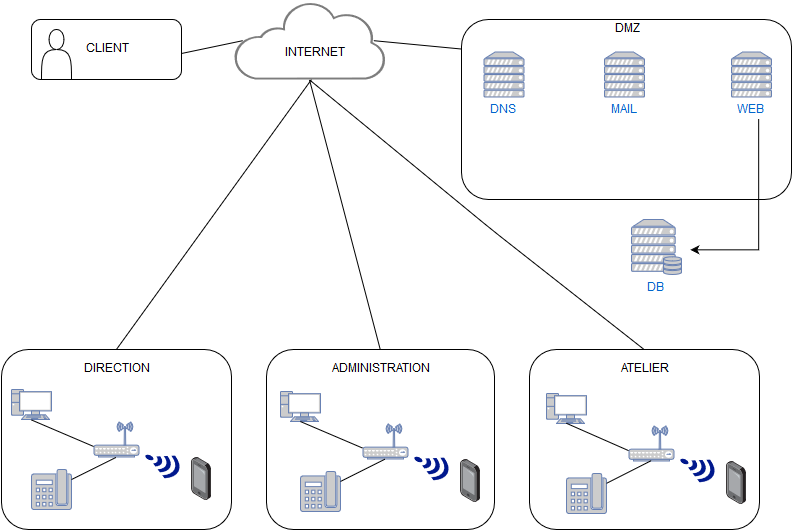
This is wiki/schéma logique.png from melvinmajor/VPS-project, a draw.io export, as it was before one commit. Source tidied: cells renumbered, new cells last; positions are measured from the earlier drawing's top-left corner, leaving out a move shared by most shapes.
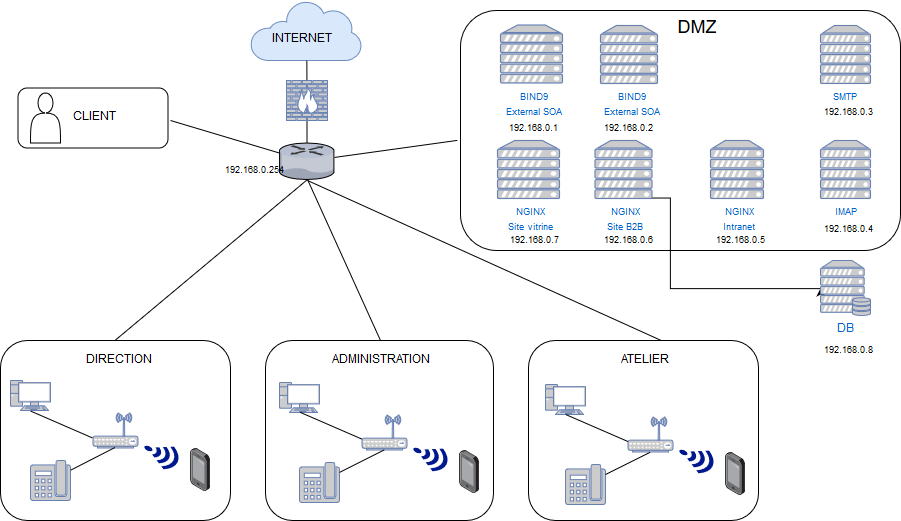
After the commit.

Commit message:
Update network schematics

What changed in the source:
```diff
@@ -2,29 +2,33 @@
   <root>
     <mxCell id="0" />
     <mxCell id="1" parent="0" />
+    <mxCell id="45" style="endArrow=none;html=1;exitX=0.574;exitY=0;exitDx=0;exitDy=0;exitPerimeter=0;" parent="1" edge="1" source="10">
+      <mxGeometry relative="1" as="geometry">
+        <mxPoint x="307" y="188" as="targetPoint" />
+      </mxGeometry>
+    </mxCell>
+    <mxCell id="46" style="endArrow=none;html=1;exitX=0.507;exitY=0.008;exitDx=0;exitDy=0;exitPerimeter=0;" parent="1" edge="1" source="9">
+      <mxGeometry relative="1" as="geometry">
+        <mxPoint x="307" y="187" as="targetPoint" />
+      </mxGeometry>
+    </mxCell>
+    <mxCell id="47" style="shadow=0;dashed=0;html=1;strokeColor=#6c8ebf;labelPosition=center;verticalLabelPosition=bottom;verticalAlign=top;align=center;shape=mxgraph.mscae.enterprise.internet;fillColor=#dae8fc;" parent="1" vertex="1">
+      <mxGeometry x="250" y="8" width="111" height="60" as="geometry" />
+    </mxCell>
     <mxCell id="2" value="CLIENT" style="rounded=1;whiteSpace=wrap;html=1;" parent="1" vertex="1">
-      <mxGeometry x="30" y="18" width="150" height="60" as="geometry" />
+      <mxGeometry x="17.5" y="95.5" width="150" height="60" as="geometry" />
     </mxCell>
-    <mxCell id="3" style="endArrow=none;html=1;entryX=0.06;entryY=0.5;entryDx=0;entryDy=0;entryPerimeter=0;" parent="1" edge="1" target="43">
-      <mxGeometry relative="1" as="geometry">
-        <mxPoint x="180" y="52" as="sourcePoint" />
-      </mxGeometry>
-    </mxCell>
     <mxCell id="4" style="rounded=1;whiteSpace=wrap;html=1;" parent="1" vertex="1">
-      <mxGeometry x="460" y="18" width="330" height="180" as="geometry" />
+      <mxGeometry x="460" y="18" width="440" height="240" as="geometry" />
     </mxCell>
-    <mxCell id="5" style="endArrow=none;html=1;exitX=0.92;exitY=0.5;exitDx=0;exitDy=0;exitPerimeter=0;entryX=0;entryY=0.166;entryDx=0;entryDy=0;entryPerimeter=0;" parent="1" edge="1" source="43" target="4">
-      <mxGeometry relative="1" as="geometry" />
-    </mxCell>
-    <mxCell id="6" value="DMZ" style="text;html=1;strokeColor=none;fillColor=none;align=center;verticalAlign=middle;whiteSpace=wrap;rounded=0;" parent="1" vertex="1">
-      <mxGeometry x="605" y="18" width="40" height="20" as="geometry" />
+    <mxCell id="6" value="&lt;font style=&quot;font-size: 18px&quot;&gt;DMZ&lt;/font&gt;" style="text;html=1;strokeColor=none;fillColor=none;align=center;verticalAlign=middle;whiteSpace=wrap;rounded=0;" parent="1" vertex="1">
+      <mxGeometry x="639.5" y="20.5" width="115" height="30" as="geometry" />
     </mxCell>
-    <mxCell id="7" style="edgeStyle=orthogonalEdgeStyle;rounded=0;orthogonalLoop=1;jettySize=auto;html=1;exitX=1;exitY=0.5;exitDx=0;exitDy=0;" parent="1" edge="1">
+    <mxCell id="7" style="edgeStyle=orthogonalEdgeStyle;rounded=0;jettySize=auto;html=1;exitX=0.5;exitY=1;exitDx=0;exitDy=0;exitPerimeter=0;entryX=0;entryY=0.5;entryDx=0;entryDy=0;entryPerimeter=0;" parent="1" edge="1" source="57" target="23">
       <mxGeometry relative="1" as="geometry">
-        <mxPoint x="757" y="117.2" as="sourcePoint" />
-        <mxPoint x="689" y="248.1" as="targetPoint" />
         <Array as="points">
-          <mxPoint x="757" y="248" />
+          <mxPoint x="670" y="206" />
+          <mxPoint x="670" y="296" />
         </Array>
       </mxGeometry>
     </mxCell>
@@ -37,21 +41,6 @@
     <mxCell id="10" style="rounded=1;whiteSpace=wrap;html=1;" parent="1" vertex="1">
       <mxGeometry x="528" y="348" width="230" height="180" as="geometry" />
     </mxCell>
-    <mxCell id="11" style="endArrow=none;html=1;exitX=0.5;exitY=0;exitDx=0;exitDy=0;" parent="1" edge="1" source="8">
-      <mxGeometry relative="1" as="geometry">
-        <mxPoint x="310" y="78" as="targetPoint" />
-      </mxGeometry>
-    </mxCell>
-    <mxCell id="12" style="endArrow=none;html=1;entryX=0.5;entryY=1;entryDx=0;entryDy=0;entryPerimeter=0;exitX=0.5;exitY=0;exitDx=0;exitDy=0;" parent="1" edge="1" source="9" target="43">
-      <mxGeometry relative="1" as="geometry" />
-    </mxCell>
-    <mxCell id="13" style="endArrow=none;html=1;entryX=0.5;entryY=1;entryDx=0;entryDy=0;entryPerimeter=0;exitX=0.5;exitY=0;exitDx=0;exitDy=0;" parent="1" edge="1" source="10" target="43">
-      <mxGeometry relative="1" as="geometry">
-        <Array as="points">
-          <mxPoint x="490" y="228" />
-        </Array>
-      </mxGeometry>
-    </mxCell>
     <mxCell id="14" value="DIRECTION" style="text;html=1;strokeColor=none;fillColor=none;align=center;verticalAlign=middle;whiteSpace=wrap;rounded=0;" parent="1" vertex="1">
       <mxGeometry x="95" y="358" width="40" height="20" as="geometry" />
     </mxCell>
@@ -62,7 +51,7 @@
       <mxGeometry x="623" y="358" width="40" height="20" as="geometry" />
     </mxCell>
     <mxCell id="17" style="shape=actor;whiteSpace=wrap;html=1;" parent="1" vertex="1">
-      <mxGeometry x="40" y="28" width="30" height="50" as="geometry" />
+      <mxGeometry x="30" y="100.5" width="30" height="50" as="geometry" />
     </mxCell>
     <mxCell id="18" style="fontColor=#0066CC;verticalAlign=top;verticalLabelPosition=bottom;labelPosition=center;align=center;html=1;outlineConnect=0;fillColor=#CCCCCC;strokeColor=#6881B3;gradientColor=none;gradientDirection=north;strokeWidth=2;shape=mxgraph.networks.pc;" parent="1" vertex="1">
       <mxGeometry x="10" y="388" width="40" height="30" as="geometry" />
@@ -70,17 +59,11 @@
     <mxCell id="19" style="fontColor=#0066CC;verticalAlign=top;verticalLabelPosition=bottom;labelPosition=center;align=center;html=1;outlineConnect=0;fillColor=#CCCCCC;strokeColor=#6881B3;gradientColor=none;gradientDirection=north;strokeWidth=2;shape=mxgraph.networks.phone_2;" parent="1" vertex="1">
       <mxGeometry x="30" y="468" width="40" height="40" as="geometry" />
     </mxCell>
-    <mxCell id="20" value="DNS" style="fontColor=#0066CC;verticalAlign=top;verticalLabelPosition=bottom;labelPosition=center;align=center;html=1;fillColor=#CCCCCC;strokeColor=#6881B3;gradientColor=none;gradientDirection=north;strokeWidth=2;shape=mxgraph.networks.server;" parent="1" vertex="1">
-      <mxGeometry x="482.5" y="50.5" width="40" height="45" as="geometry" />
+    <mxCell id="20" value="&lt;div&gt;&lt;font style=&quot;font-size: 9px&quot;&gt;BIND9&lt;/font&gt;&lt;/div&gt;&lt;div&gt;&lt;font style=&quot;font-size: 9px&quot;&gt;External SOA&lt;br&gt;&lt;/font&gt;&lt;/div&gt;&lt;div&gt;&lt;br&gt;&lt;/div&gt;&lt;div&gt;&lt;br&gt;&lt;/div&gt;" style="fontColor=#0066CC;verticalAlign=top;verticalLabelPosition=bottom;labelPosition=center;align=center;html=1;fillColor=#CCCCCC;strokeColor=#6881B3;gradientColor=none;gradientDirection=north;strokeWidth=2;shape=mxgraph.networks.server;" parent="1" vertex="1">
+      <mxGeometry x="500" y="32.5" width="62" height="58" as="geometry" />
     </mxCell>
-    <mxCell id="21" value="MAIL" style="fontColor=#0066CC;verticalAlign=top;verticalLabelPosition=bottom;labelPosition=center;align=center;html=1;fillColor=#CCCCCC;strokeColor=#6881B3;gradientColor=none;gradientDirection=north;strokeWidth=2;shape=mxgraph.networks.server;" parent="1" vertex="1">
-      <mxGeometry x="603" y="50.5" width="40" height="45" as="geometry" />
-    </mxCell>
-    <mxCell id="22" value="WEB" style="fontColor=#0066CC;verticalAlign=top;verticalLabelPosition=bottom;labelPosition=center;align=center;html=1;fillColor=#CCCCCC;strokeColor=#6881B3;gradientColor=none;gradientDirection=north;strokeWidth=2;shape=mxgraph.networks.server;" parent="1" vertex="1">
-      <mxGeometry x="730" y="50.5" width="40" height="45" as="geometry" />
-    </mxCell>
     <mxCell id="23" value="&lt;div&gt;DB&lt;/div&gt;&lt;div&gt;&lt;br&gt;&lt;/div&gt;" style="fontColor=#0066CC;verticalAlign=top;verticalLabelPosition=bottom;labelPosition=center;align=center;html=1;outlineConnect=0;fillColor=#CCCCCC;strokeColor=#6881B3;gradientColor=none;gradientDirection=north;strokeWidth=2;shape=mxgraph.networks.server_storage;" parent="1" vertex="1">
-      <mxGeometry x="630" y="218" width="50" height="55" as="geometry" />
+      <mxGeometry x="820" y="268" width="50" height="55" as="geometry" />
     </mxCell>
     <mxCell id="24" style="fontColor=#0066CC;verticalAlign=top;verticalLabelPosition=bottom;labelPosition=center;align=center;html=1;outlineConnect=0;fillColor=#CCCCCC;strokeColor=#6881B3;gradientColor=none;gradientDirection=north;strokeWidth=2;shape=mxgraph.networks.wireless_hub;" parent="1" vertex="1">
       <mxGeometry x="92.5" y="420.5" width="45" height="35" as="geometry" />
@@ -139,11 +122,78 @@
     <mxCell id="42" style="html=1;align=center;shadow=0;dashed=0;image;image=img/lib/allied_telesis/computer_and_terminals/Smartphone.svg;" parent="1" vertex="1">
       <mxGeometry x="725" y="460" width="20" height="43" as="geometry" />
     </mxCell>
-    <mxCell id="43" style="shadow=0;dashed=0;html=1;strokeColor=none;labelPosition=center;verticalLabelPosition=bottom;verticalAlign=top;align=center;shape=mxgraph.mscae.enterprise.internet_hollow;fillColor=#7D7D7D;" parent="1" vertex="1">
-      <mxGeometry x="232" width="152" height="78" as="geometry" />
-    </mxCell>
     <mxCell id="44" value="&lt;div&gt;INTERNET&lt;/div&gt;&lt;div&gt;&lt;br&gt;&lt;/div&gt;" style="text;html=1;points=[];align=left;verticalAlign=top;spacingTop=-4;" parent="1" vertex="1">
-      <mxGeometry x="281.5" y="43" width="80" height="30" as="geometry" />
+      <mxGeometry x="270" y="38" width="80" height="30" as="geometry" />
     </mxCell>
+    <mxCell id="48" style="fontColor=#0066CC;verticalAlign=top;verticalLabelPosition=bottom;labelPosition=center;align=center;html=1;outlineConnect=0;fillColor=#CCCCCC;strokeColor=#6881B3;gradientColor=none;gradientDirection=north;strokeWidth=2;shape=mxgraph.networks.firewall;" parent="1" vertex="1">
+      <mxGeometry x="286" y="88" width="41" height="40" as="geometry" />
+    </mxCell>
+    <mxCell id="49" style="verticalLabelPosition=bottom;html=1;verticalAlign=top;strokeColor=none;align=center;outlineConnect=0;shape=mxgraph.citrix.router;" parent="1" vertex="1">
+      <mxGeometry x="279" y="150.5" width="55" height="36.5" as="geometry" />
+    </mxCell>
+    <mxCell id="50" style="endArrow=none;html=1;" parent="1" edge="1" source="49" target="48">
+      <mxGeometry relative="1" as="geometry" />
+    </mxCell>
+    <mxCell id="51" style="endArrow=none;html=1;entryX=0.455;entryY=1.013;entryDx=0;entryDy=0;entryPerimeter=0;" parent="1" edge="1" source="48" target="44">
+      <mxGeometry relative="1" as="geometry" />
+    </mxCell>
+    <mxCell id="52" style="endArrow=none;html=1;" parent="1" edge="1" source="49">
+      <mxGeometry relative="1" as="geometry">
+        <mxPoint x="170" y="128" as="targetPoint" />
+      </mxGeometry>
+    </mxCell>
+    <mxCell id="53" style="endArrow=none;html=1;entryX=-0.007;entryY=0.54;entryDx=0;entryDy=0;entryPerimeter=0;" parent="1" edge="1" source="49" target="4">
+      <mxGeometry relative="1" as="geometry" />
+    </mxCell>
+    <mxCell id="54" style="endArrow=none;html=1;exitX=0.5;exitY=0;exitDx=0;exitDy=0;" parent="1" edge="1" source="8">
+      <mxGeometry relative="1" as="geometry">
+        <mxPoint x="307" y="187" as="targetPoint" />
+      </mxGeometry>
+    </mxCell>
+    <mxCell id="55" value="&lt;div&gt;&lt;font style=&quot;font-size: 9px&quot;&gt;BIND9&lt;/font&gt;&lt;/div&gt;&lt;div&gt;&lt;font style=&quot;font-size: 9px&quot;&gt;External SOA&lt;br&gt;&lt;/font&gt;&lt;/div&gt;" style="fontColor=#0066CC;verticalAlign=top;verticalLabelPosition=bottom;labelPosition=center;align=center;html=1;fillColor=#CCCCCC;strokeColor=#6881B3;gradientColor=none;gradientDirection=north;strokeWidth=2;shape=mxgraph.networks.server;" parent="1" vertex="1">
+      <mxGeometry x="600" y="33" width="57" height="58" as="geometry" />
+    </mxCell>
+    <mxCell id="56" value="&lt;div&gt;&lt;font style=&quot;font-size: 9px&quot;&gt;NGINX&lt;/font&gt;&lt;/div&gt;&lt;div align=&quot;left&quot;&gt;&lt;font style=&quot;font-size: 9px&quot;&gt;Site vitrine&lt;br&gt;&lt;/font&gt;&lt;/div&gt;" style="fontColor=#0066CC;verticalAlign=top;verticalLabelPosition=bottom;labelPosition=center;align=center;html=1;fillColor=#CCCCCC;strokeColor=#6881B3;gradientColor=none;gradientDirection=north;strokeWidth=2;shape=mxgraph.networks.server;" parent="1" vertex="1">
+      <mxGeometry x="497" y="148" width="62" height="58" as="geometry" />
+    </mxCell>
+    <mxCell id="57" value="&lt;font style=&quot;font-size: 9px&quot;&gt;NGINX&lt;/font&gt;&lt;div&gt;&lt;font style=&quot;font-size: 9px&quot;&gt;Site B2B&lt;br&gt;&lt;/font&gt;&lt;/div&gt;" style="fontColor=#0066CC;verticalAlign=top;verticalLabelPosition=bottom;labelPosition=center;align=center;html=1;outlineConnect=0;fillColor=#CCCCCC;strokeColor=#6881B3;gradientColor=none;gradientDirection=north;strokeWidth=2;shape=mxgraph.networks.server;" parent="1" vertex="1">
+      <mxGeometry x="594.5" y="148" width="57" height="58" as="geometry" />
+    </mxCell>
+    <mxCell id="58" value="&lt;div&gt;&lt;font style=&quot;font-size: 9px&quot;&gt;NGINX&lt;/font&gt;&lt;/div&gt;&lt;div&gt;&lt;font style=&quot;font-size: 9px&quot;&gt;Intranet&lt;br&gt;&lt;/font&gt;&lt;/div&gt;" style="fontColor=#0066CC;verticalAlign=top;verticalLabelPosition=bottom;labelPosition=center;align=center;html=1;fillColor=#CCCCCC;strokeColor=#6881B3;gradientColor=none;gradientDirection=north;strokeWidth=2;shape=mxgraph.networks.server;" parent="1" vertex="1">
+      <mxGeometry x="710" y="148" width="53" height="58" as="geometry" />
+    </mxCell>
+    <mxCell id="59" value="&lt;div&gt;&lt;font style=&quot;font-size: 9px&quot;&gt;SMTP&lt;/font&gt;&lt;/div&gt;&lt;div&gt;&lt;font style=&quot;font-size: 9px&quot;&gt;&lt;br&gt;&lt;/font&gt;&lt;/div&gt;" style="fontColor=#0066CC;verticalAlign=top;verticalLabelPosition=bottom;labelPosition=center;align=center;html=1;fillColor=#CCCCCC;strokeColor=#6881B3;gradientColor=none;gradientDirection=north;strokeWidth=2;shape=mxgraph.networks.server;" parent="1" vertex="1">
+      <mxGeometry x="820" y="33" width="50" height="58" as="geometry" />
+    </mxCell>
+    <mxCell id="60" value="&lt;div&gt;&lt;font style=&quot;font-size: 9px&quot;&gt;IMAP&lt;/font&gt;&lt;/div&gt;" style="fontColor=#0066CC;verticalAlign=top;verticalLabelPosition=bottom;labelPosition=center;align=center;html=1;fillColor=#CCCCCC;strokeColor=#6881B3;gradientColor=none;gradientDirection=north;strokeWidth=2;shape=mxgraph.networks.server;" parent="1" vertex="1">
+      <mxGeometry x="820" y="148" width="50" height="58" as="geometry" />
+    </mxCell>
+    <mxCell id="61" value="&lt;font style=&quot;font-size: 9px&quot;&gt;192.168.0.1&lt;/font&gt;" style="text;html=1;strokeColor=none;fillColor=none;align=center;verticalAlign=middle;whiteSpace=wrap;rounded=0;" parent="1" vertex="1">
+      <mxGeometry x="510" y="125.5" width="40" height="20" as="geometry" />
+    </mxCell>
+    <mxCell id="62" value="&lt;font style=&quot;font-size: 9px&quot;&gt;192.168.0.2&lt;/font&gt;" style="text;html=1;strokeColor=none;fillColor=none;align=center;verticalAlign=middle;whiteSpace=wrap;rounded=0;" parent="1" vertex="1">
+      <mxGeometry x="605" y="125.5" width="40" height="20" as="geometry" />
+    </mxCell>
+    <mxCell id="63" value="&lt;font style=&quot;font-size: 9px&quot;&gt;192.168.0.3&lt;/font&gt;" style="text;html=1;strokeColor=none;fillColor=none;align=center;verticalAlign=middle;whiteSpace=wrap;rounded=0;" parent="1" vertex="1">
+      <mxGeometry x="825" y="109.5" width="40" height="20" as="geometry" />
+    </mxCell>
+    <mxCell id="64" value="&lt;font style=&quot;font-size: 9px&quot;&gt;192.168.0.4&lt;/font&gt;" style="text;html=1;strokeColor=none;fillColor=none;align=center;verticalAlign=middle;whiteSpace=wrap;rounded=0;" parent="1" vertex="1">
+      <mxGeometry x="825" y="227" width="40" height="20" as="geometry" />
+    </mxCell>
+    <mxCell id="65" value="&lt;font style=&quot;font-size: 9px&quot;&gt;192.168.0.5&lt;/font&gt;" style="text;html=1;strokeColor=none;fillColor=none;align=center;verticalAlign=middle;whiteSpace=wrap;rounded=0;" parent="1" vertex="1">
+      <mxGeometry x="716.5" y="238" width="40" height="20" as="geometry" />
+    </mxCell>
+    <mxCell id="66" value="&lt;font style=&quot;font-size: 9px&quot;&gt;192.168.0.6&lt;/font&gt;" style="text;html=1;strokeColor=none;fillColor=none;align=center;verticalAlign=middle;whiteSpace=wrap;rounded=0;" parent="1" vertex="1">
+      <mxGeometry x="605" y="238" width="40" height="20" as="geometry" />
+    </mxCell>
+    <mxCell id="67" value="&lt;font style=&quot;font-size: 9px&quot;&gt;192.168.0.7&lt;/font&gt;" style="text;html=1;strokeColor=none;fillColor=none;align=center;verticalAlign=middle;whiteSpace=wrap;rounded=0;" parent="1" vertex="1">
+      <mxGeometry x="511" y="238" width="40" height="20" as="geometry" />
+    </mxCell>
+    <mxCell id="68" value="&lt;font style=&quot;font-size: 9px&quot;&gt;192.168.0.8&lt;/font&gt;" style="text;html=1;strokeColor=none;fillColor=none;align=center;verticalAlign=middle;whiteSpace=wrap;rounded=0;" parent="1" vertex="1">
+      <mxGeometry x="825" y="348" width="40" height="20" as="geometry" />
+    </mxCell>
+    <mxCell id="69" value="&lt;font style=&quot;font-size: 9px&quot;&gt;192.168.0.254&lt;/font&gt;" style="text;html=1;strokeColor=none;fillColor=none;align=center;verticalAlign=middle;whiteSpace=wrap;rounded=0;" parent="1" vertex="1">
+      <mxGeometry x="230" y="168" width="40" height="20" as="geometry" />
+    </mxCell>
   </root>
 </mxGraphModel>
```
